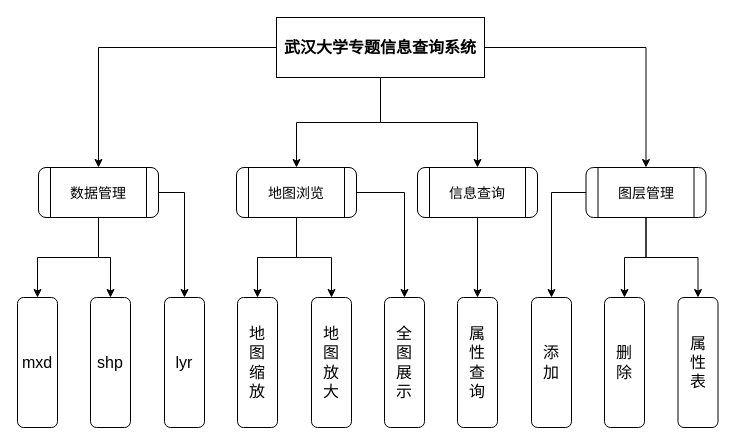
Before: Tian 功能.drawio in Civitasv/process, a draw.io diagram. Source tidied: cells renumbered, new cells numbered last; positions are measured from the earlier drawing's top-left corner, leaving out a move shared by most shapes. Both pictures are drawn from the tidied source at 100%, with x=0, y=0 at pixel (17, 17).
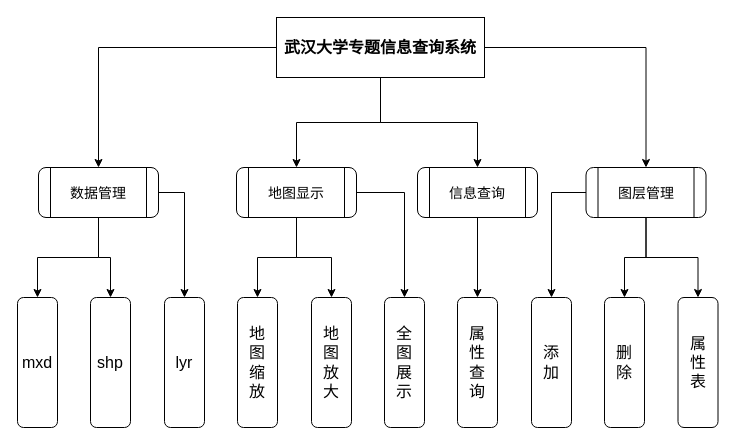
Above is the later version.

Change to the diagram source:
```diff
@@
-    <mxCell id="14" value="&lt;span style=&quot;font-weight: normal&quot;&gt;&lt;font style=&quot;font-size: 14px&quot;&gt;地图浏览&lt;/font&gt;&lt;/span&gt;" style="shape=process;whiteSpace=wrap;html=1;backgroundOutline=1;rounded=1;fontSize=16;flipH=1;" parent="1" vertex="1">
+    <mxCell id="14" value="&lt;span style=&quot;font-weight: normal&quot;&gt;&lt;font style=&quot;font-size: 14px&quot;&gt;地图显示&lt;/font&gt;&lt;/span&gt;" style="shape=process;whiteSpace=wrap;html=1;backgroundOutline=1;rounded=1;fontSize=16;flipH=1;" parent="1" vertex="1">
       <mxGeometry x="219" y="150" width="120" height="50" as="geometry" />
     </mxCell>
```
